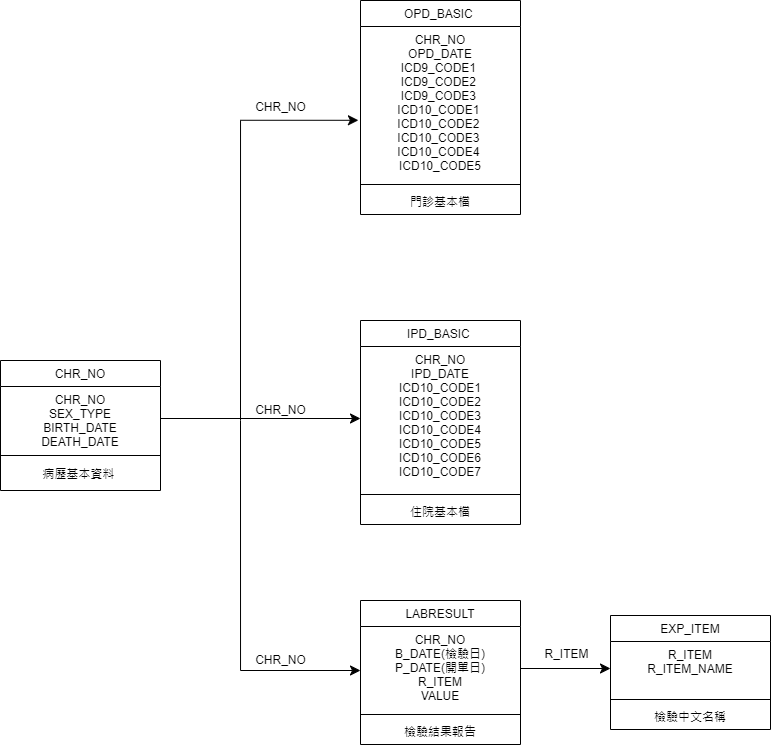
Before: 分析/data_base.drawio.png, a diagram exported from draw.io (VinceOY/Disease_analysis). Source tidied: cells renumbered, new cells last; positions are measured from the earlier drawing's top-left corner, leaving out a move shared by most shapes. Its diagram source:
```xml
<mxGraphModel>
  <root>
    <mxCell id="0" />
    <mxCell id="1" parent="0" />
    <mxCell id="2" value="CHR_NO" style="swimlane;fontStyle=0;align=center;verticalAlign=top;horizontal=1;startSize=26;rounded=0;shadow=0;strokeWidth=1;" parent="1" vertex="1">
      <mxGeometry y="360" width="160" height="130" as="geometry" />
    </mxCell>
    <mxCell id="3" value="CHR_NO&#10;SEX_TYPE&#10;BIRTH_DATE&#10;DEATH_DATE" style="text;align=center;verticalAlign=top;spacingLeft=4;spacingRight=4;overflow=hidden;points=[[0,0.5],[1,0.5]];portConstraint=eastwest;" parent="2" vertex="1">
      <mxGeometry y="26" width="160" height="64" as="geometry" />
    </mxCell>
    <mxCell id="4" style="line;html=1;strokeWidth=1;align=left;verticalAlign=middle;spacingTop=-1;spacingLeft=3;spacingRight=3;labelPosition=right;" parent="2" vertex="1">
      <mxGeometry y="90" width="160" height="10" as="geometry" />
    </mxCell>
    <mxCell id="5" value="病歷基本資料 " style="text;align=center;verticalAlign=top;spacingLeft=4;spacingRight=4;overflow=hidden;" parent="2" vertex="1">
      <mxGeometry y="100" width="160" height="30" as="geometry" />
    </mxCell>
    <mxCell id="6" value="OPD_BASIC " style="swimlane;fontStyle=0;align=center;verticalAlign=top;horizontal=1;startSize=26;rounded=0;shadow=0;strokeWidth=1;" parent="1" vertex="1">
      <mxGeometry x="360" width="160" height="214" as="geometry" />
    </mxCell>
    <mxCell id="7" value="CHR_NO&#10;OPD_DATE&#10;ICD9_CODE1 &#10;ICD9_CODE2 &#10;ICD9_CODE3 &#10;ICD10_CODE1 &#10;ICD10_CODE2 &#10;ICD10_CODE3 &#10;ICD10_CODE4 &#10;ICD10_CODE5" style="text;align=center;verticalAlign=top;spacingLeft=4;spacingRight=4;overflow=hidden;points=[[0,0.5],[1,0.5]];portConstraint=eastwest;" parent="6" vertex="1">
      <mxGeometry y="26" width="160" height="154" as="geometry" />
    </mxCell>
    <mxCell id="8" style="line;html=1;strokeWidth=1;align=left;verticalAlign=middle;spacingTop=-1;spacingLeft=3;spacingRight=3;labelPosition=right;" parent="6" vertex="1">
      <mxGeometry y="180" width="160" height="8" as="geometry" />
    </mxCell>
    <mxCell id="9" value="門診基本檔" style="text;align=center;verticalAlign=top;spacingLeft=4;spacingRight=4;overflow=hidden;" parent="6" vertex="1">
      <mxGeometry y="188" width="160" height="26" as="geometry" />
    </mxCell>
    <mxCell id="10" value="IPD_BASIC " style="swimlane;fontStyle=0;align=center;verticalAlign=top;horizontal=1;startSize=26;rounded=0;shadow=0;strokeWidth=1;" parent="1" vertex="1">
      <mxGeometry x="360" y="320" width="160" height="204" as="geometry" />
    </mxCell>
    <mxCell id="11" value="CHR_NO&#10;IPD_DATE&#10;ICD10_CODE1&#10;ICD10_CODE2&#10;ICD10_CODE3&#10;ICD10_CODE4&#10;ICD10_CODE5&#10;ICD10_CODE6&#10;ICD10_CODE7" style="text;align=center;verticalAlign=top;spacingLeft=4;spacingRight=4;overflow=hidden;points=[[0,0.5],[1,0.5]];portConstraint=eastwest;" parent="10" vertex="1">
      <mxGeometry y="26" width="160" height="144" as="geometry" />
    </mxCell>
    <mxCell id="12" style="line;html=1;strokeWidth=1;align=left;verticalAlign=middle;spacingTop=-1;spacingLeft=3;spacingRight=3;labelPosition=right;" parent="10" vertex="1">
      <mxGeometry y="170" width="160" height="8" as="geometry" />
    </mxCell>
    <mxCell id="13" value="住院基本檔" style="text;align=center;verticalAlign=top;spacingLeft=4;spacingRight=4;overflow=hidden;" parent="10" vertex="1">
      <mxGeometry y="178" width="160" height="26" as="geometry" />
    </mxCell>
    <mxCell id="14" value="LABRESULT" style="swimlane;fontStyle=0;align=center;verticalAlign=top;horizontal=1;startSize=26;rounded=0;shadow=0;strokeWidth=1;" parent="1" vertex="1">
      <mxGeometry x="360" y="600" width="160" height="144" as="geometry" />
    </mxCell>
    <mxCell id="15" value="CHR_NO&#10;B_DATE(檢驗日)&#10;P_DATE(開單日)&#10;R_ITEM&#10;VALUE" style="text;align=center;verticalAlign=top;spacingLeft=4;spacingRight=4;overflow=hidden;points=[[0,0.5],[1,0.5]];portConstraint=eastwest;" parent="14" vertex="1">
      <mxGeometry y="26" width="160" height="84" as="geometry" />
    </mxCell>
    <mxCell id="16" style="line;html=1;strokeWidth=1;align=left;verticalAlign=middle;spacingTop=-1;spacingLeft=3;spacingRight=3;labelPosition=right;" parent="14" vertex="1">
      <mxGeometry y="110" width="160" height="8" as="geometry" />
    </mxCell>
    <mxCell id="17" value="檢驗結果報告" style="text;align=center;verticalAlign=top;spacingLeft=4;spacingRight=4;overflow=hidden;" parent="14" vertex="1">
      <mxGeometry y="118" width="160" height="26" as="geometry" />
    </mxCell>
    <mxCell id="18" style="edgeStyle=none;curved=1;rounded=0;jettySize=auto;html=1;fontSize=12;startSize=8;endSize=8;" parent="1" edge="1" source="3" target="11">
      <mxGeometry relative="1" as="geometry" />
    </mxCell>
    <mxCell id="19" style="edgeStyle=segmentEdgeStyle;endArrow=classic;html=1;curved=0;rounded=0;endSize=8;startSize=8;fontSize=12;" parent="1" edge="1" target="15">
      <mxGeometry relative="1" as="geometry">
        <mxPoint x="240" y="420" as="sourcePoint" />
        <Array as="points">
          <mxPoint x="240" y="670" />
        </Array>
      </mxGeometry>
    </mxCell>
    <mxCell id="20" style="edgeStyle=segmentEdgeStyle;endArrow=classic;html=1;curved=0;rounded=0;endSize=8;startSize=8;fontSize=12;entryX=-0.013;entryY=0.609;entryDx=0;entryDy=0;entryPerimeter=0;" parent="1" edge="1" target="7">
      <mxGeometry relative="1" as="geometry">
        <mxPoint x="240" y="420" as="sourcePoint" />
        <Array as="points">
          <mxPoint x="240" y="120" />
        </Array>
      </mxGeometry>
    </mxCell>
    <mxCell id="21" value="CHR_NO" style="edgeLabel;html=1;align=center;verticalAlign=middle;fontSize=12;" parent="20" vertex="1">
      <mxGeometry x="0.52" y="-1" relative="1" as="geometry">
        <mxPoint x="22" y="-14" as="offset" />
      </mxGeometry>
    </mxCell>
    <mxCell id="22" value="EXP_ITEM" style="swimlane;fontStyle=0;align=center;verticalAlign=top;horizontal=1;startSize=26;rounded=0;shadow=0;strokeWidth=1;" parent="1" vertex="1">
      <mxGeometry x="610" y="615" width="160" height="114" as="geometry" />
    </mxCell>
    <mxCell id="23" value="R_ITEM&#10;R_ITEM_NAME" style="text;align=center;verticalAlign=top;spacingLeft=4;spacingRight=4;overflow=hidden;points=[[0,0.5],[1,0.5]];portConstraint=eastwest;" parent="22" vertex="1">
      <mxGeometry y="26" width="160" height="54" as="geometry" />
    </mxCell>
    <mxCell id="24" style="line;html=1;strokeWidth=1;align=left;verticalAlign=middle;spacingTop=-1;spacingLeft=3;spacingRight=3;labelPosition=right;" parent="22" vertex="1">
      <mxGeometry y="80" width="160" height="8" as="geometry" />
    </mxCell>
    <mxCell id="25" value="檢驗中文名稱" style="text;align=center;verticalAlign=top;spacingLeft=4;spacingRight=4;overflow=hidden;" parent="22" vertex="1">
      <mxGeometry y="88" width="160" height="26" as="geometry" />
    </mxCell>
    <mxCell id="26" style="edgeStyle=none;curved=1;rounded=0;jettySize=auto;html=1;fontSize=12;startSize=8;endSize=8;" parent="1" edge="1" source="15" target="23">
      <mxGeometry relative="1" as="geometry" />
    </mxCell>
    <mxCell id="27" value="CHR_NO" style="edgeLabel;html=1;align=center;verticalAlign=middle;fontSize=12;" parent="1" vertex="1">
      <mxGeometry x="280" y="410" as="geometry" />
    </mxCell>
    <mxCell id="28" value="CHR_NO" style="edgeLabel;html=1;align=center;verticalAlign=middle;fontSize=12;" parent="1" vertex="1">
      <mxGeometry x="280" y="660" as="geometry" />
    </mxCell>
    <mxCell id="29" value="R_ITEM" style="edgeLabel;html=1;align=center;verticalAlign=middle;fontSize=12;" parent="1" vertex="1">
      <mxGeometry x="580" y="650" as="geometry">
        <mxPoint x="-14" y="4" as="offset" />
      </mxGeometry>
    </mxCell>
  </root>
</mxGraphModel>
```
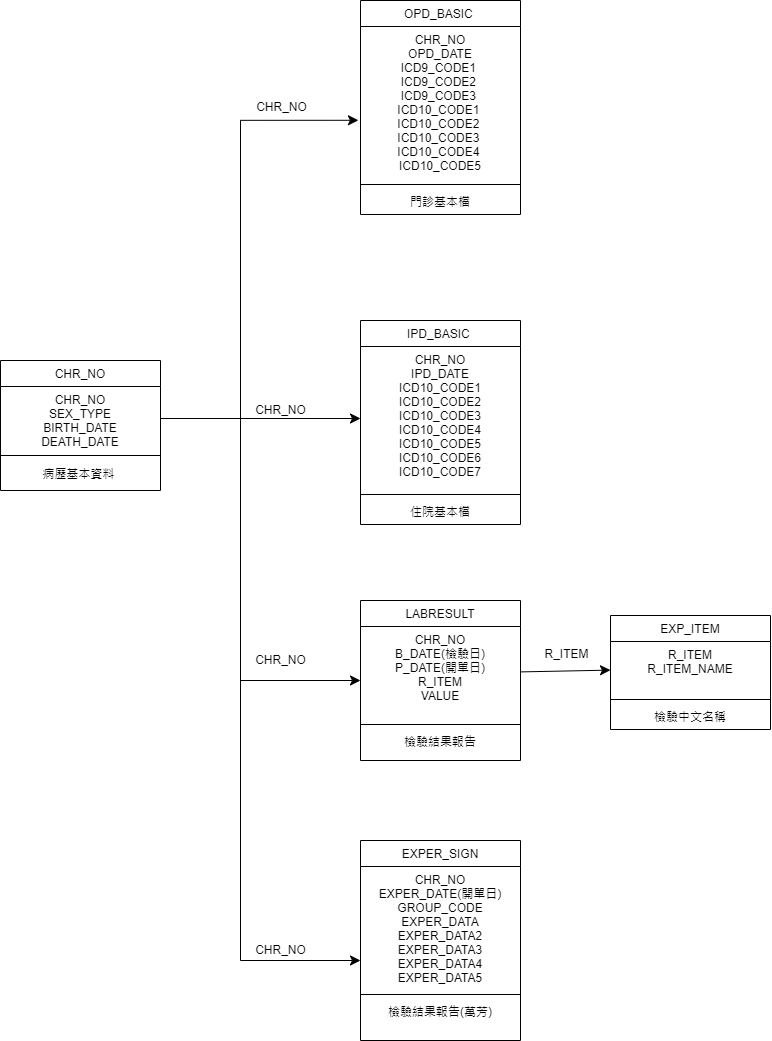
Later version of the same file.

Diff of the diagram source:
```diff
@@ -39,16 +39,16 @@
       <mxGeometry y="178" width="160" height="26" as="geometry" />
     </mxCell>
     <mxCell id="14" value="LABRESULT" style="swimlane;fontStyle=0;align=center;verticalAlign=top;horizontal=1;startSize=26;rounded=0;shadow=0;strokeWidth=1;" parent="1" vertex="1">
-      <mxGeometry x="360" y="600" width="160" height="144" as="geometry" />
+      <mxGeometry x="360" y="600" width="160" height="160" as="geometry" />
     </mxCell>
     <mxCell id="15" value="CHR_NO&#10;B_DATE(檢驗日)&#10;P_DATE(開單日)&#10;R_ITEM&#10;VALUE" style="text;align=center;verticalAlign=top;spacingLeft=4;spacingRight=4;overflow=hidden;points=[[0,0.5],[1,0.5]];portConstraint=eastwest;" parent="14" vertex="1">
-      <mxGeometry y="26" width="160" height="84" as="geometry" />
+      <mxGeometry y="26" width="160" height="94" as="geometry" />
     </mxCell>
     <mxCell id="16" style="line;html=1;strokeWidth=1;align=left;verticalAlign=middle;spacingTop=-1;spacingLeft=3;spacingRight=3;labelPosition=right;" parent="14" vertex="1">
-      <mxGeometry y="110" width="160" height="8" as="geometry" />
+      <mxGeometry y="120" width="160" height="8" as="geometry" />
     </mxCell>
     <mxCell id="17" value="檢驗結果報告" style="text;align=center;verticalAlign=top;spacingLeft=4;spacingRight=4;overflow=hidden;" parent="14" vertex="1">
-      <mxGeometry y="118" width="160" height="26" as="geometry" />
+      <mxGeometry y="128" width="160" height="32" as="geometry" />
     </mxCell>
     <mxCell id="18" style="edgeStyle=none;curved=1;rounded=0;jettySize=auto;html=1;fontSize=12;startSize=8;endSize=8;" parent="1" edge="1" source="3" target="11">
       <mxGeometry relative="1" as="geometry" />
@@ -57,7 +57,7 @@
       <mxGeometry relative="1" as="geometry">
         <mxPoint x="240" y="420" as="sourcePoint" />
         <Array as="points">
-          <mxPoint x="240" y="670" />
+          <mxPoint x="240" y="680" />
         </Array>
       </mxGeometry>
     </mxCell>
@@ -100,5 +100,30 @@
         <mxPoint x="-14" y="4" as="offset" />
       </mxGeometry>
     </mxCell>
+    <mxCell id="30" value="EXPER_SIGN" style="swimlane;fontStyle=0;align=center;verticalAlign=top;horizontal=1;startSize=26;rounded=0;shadow=0;strokeWidth=1;" parent="1" vertex="1">
+      <mxGeometry x="360" y="840" width="160" height="200" as="geometry" />
+    </mxCell>
+    <mxCell id="31" value="CHR_NO&#10;EXPER_DATE(開單日)&#10;GROUP_CODE&#10;EXPER_DATA&#10;EXPER_DATA2&#10;EXPER_DATA3&#10;EXPER_DATA4&#10;EXPER_DATA5&#10;" style="text;align=center;verticalAlign=top;spacingLeft=4;spacingRight=4;overflow=hidden;points=[[0,0.5],[1,0.5]];portConstraint=eastwest;" parent="30" vertex="1">
+      <mxGeometry y="26" width="160" height="124" as="geometry" />
+    </mxCell>
+    <mxCell id="32" style="line;html=1;strokeWidth=1;align=left;verticalAlign=middle;spacingTop=-1;spacingLeft=3;spacingRight=3;labelPosition=right;" parent="30" vertex="1">
+      <mxGeometry y="150" width="160" height="8" as="geometry" />
+    </mxCell>
+    <mxCell id="33" value="檢驗結果報告(萬芳)" style="text;align=center;verticalAlign=top;spacingLeft=4;spacingRight=4;overflow=hidden;" parent="30" vertex="1">
+      <mxGeometry y="158" width="160" height="26" as="geometry" />
+    </mxCell>
+    <mxCell id="34" style="edgeStyle=segmentEdgeStyle;endArrow=classic;html=1;curved=0;rounded=0;endSize=8;startSize=8;fontSize=12;" parent="1" edge="1" target="31">
+      <mxGeometry relative="1" as="geometry">
+        <mxPoint x="240" y="420" as="sourcePoint" />
+        <Array as="points">
+          <mxPoint x="240" y="960" />
+        </Array>
+      </mxGeometry>
+    </mxCell>
+    <mxCell id="35" value="CHR_NO" style="edgeLabel;html=1;align=center;verticalAlign=middle;fontSize=12;" parent="34" vertex="1">
+      <mxGeometry x="0.79" y="-2" relative="1" as="geometry">
+        <mxPoint x="-11" y="-12" as="offset" />
+      </mxGeometry>
+    </mxCell>
   </root>
 </mxGraphModel>
```
